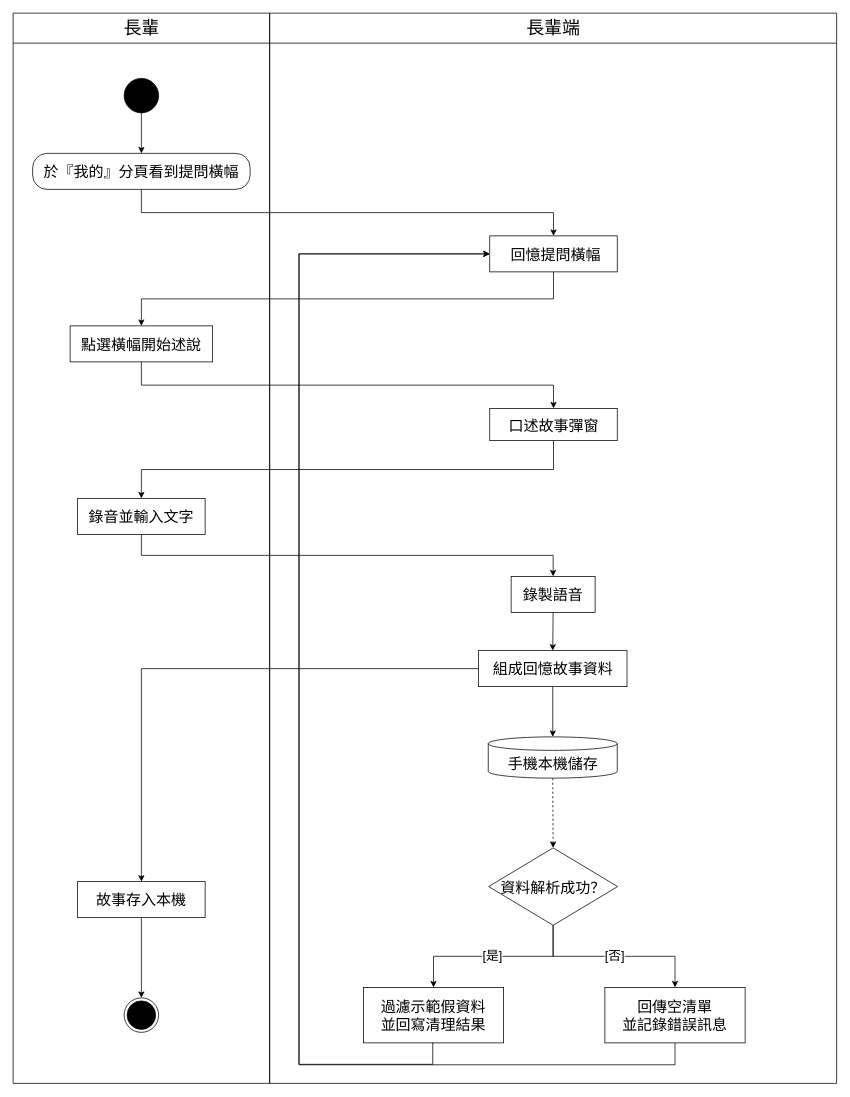
HuangYu-Kai/Uban keeps this draw.io diagram as Uban System Documents/手動調整好的圖/5-12 長輩回憶.drawio. Above is the earlier version. Source tidied: cells renumbered, new cells numbered last; positions are measured from the earlier drawing's top-left corner, leaving out a move shared by most shapes. Both pictures are drawn from the tidied source at 75%, with x=0, y=0 at pixel (13, 13).
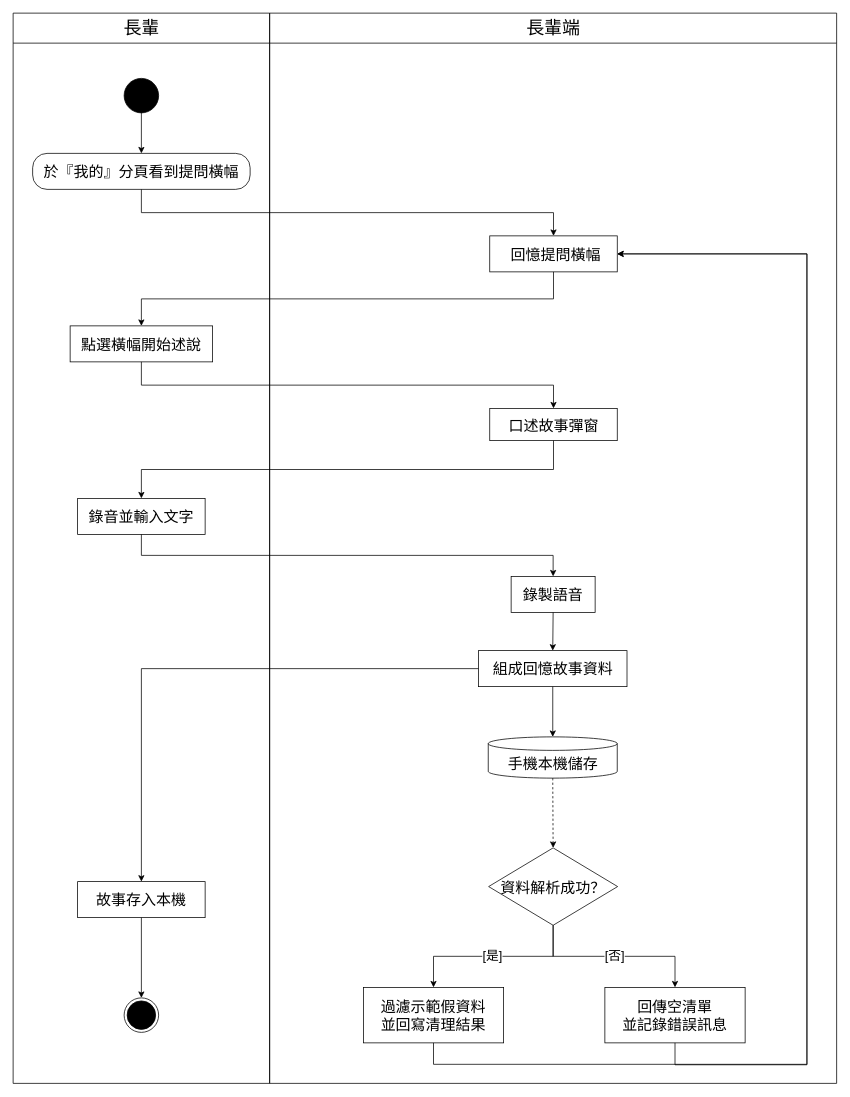
Above is the later version.

The change refers to these unchanged cells:
```xml
<mxCell id="10" value="&amp;nbsp;回憶提問橫幅" style="rounded=0;whiteSpace=wrap;html=1;fillColor=#FFFFFF;strokeColor=#000000;fontSize=20;fontColor=#000000;" parent="9" vertex="1">
  <mxGeometry x="293.5" y="297" width="170" height="48" as="geometry" />
</mxCell>
<mxCell id="14" value="過濾示範假資料&lt;br&gt;並回寫清理結果" style="rounded=0;whiteSpace=wrap;html=1;fillColor=#FFFFFF;strokeColor=#000000;fontSize=20;fontColor=#000000;" parent="9" vertex="1">
  <mxGeometry x="125" y="1299" width="187" height="74" as="geometry" />
</mxCell>
<mxCell id="16" value="回傳空清單&lt;div&gt;並記錄錯誤訊息&lt;/div&gt;" style="rounded=0;whiteSpace=wrap;html=1;fillColor=#FFFFFF;strokeColor=#000000;fontSize=20;fontColor=#000000;" parent="9" vertex="1">
  <mxGeometry x="447" y="1299" width="187" height="74" as="geometry" />
</mxCell>
```

Diff of the diagram source:
```diff
@@
-    <mxCell id="29" style="edgeStyle=orthogonalEdgeStyle;rounded=0;html=1;strokeColor=#000000;fontSize=17;fontColor=#000000;labelBackgroundColor=#FFFFFF;endArrow=classic;endFill=1;exitPerimeter=0;exitX=0.5;exitY=1;exitDx=0;exitDy=0;entryX=0;entryY=0.5;entryDx=0;entryDy=0;" parent="1" edge="1" source="14" target="10">
+    <mxCell id="29" style="edgeStyle=orthogonalEdgeStyle;rounded=0;html=1;strokeColor=#000000;fontSize=17;fontColor=#000000;labelBackgroundColor=#FFFFFF;endArrow=classic;endFill=1;exitPerimeter=0;exitX=0.5;exitY=1;exitDx=0;exitDy=0;entryX=1;entryY=0.5;entryDx=0;entryDy=0;" parent="1" edge="1" source="14" target="10">
       <mxGeometry relative="1" as="geometry">
         <Array as="points">
-          <mxPoint x="559.5" y="1401.6" />
-          <mxPoint x="380.9" y="1401.6" />
-          <mxPoint x="380.9" y="321" />
+          <mxPoint x="560.5" y="1401.6" />
+          <mxPoint x="1058.4" y="1401.6" />
+          <mxPoint x="1058.4" y="321" />
         </Array>
       </mxGeometry>
     </mxCell>
@@
-    <mxCell id="31" style="edgeStyle=orthogonalEdgeStyle;rounded=0;html=1;strokeColor=#000000;fontSize=17;fontColor=#000000;labelBackgroundColor=#FFFFFF;endArrow=classic;endFill=1;exitPerimeter=0;exitX=0.5;exitY=1;exitDx=0;exitDy=0;entryX=0;entryY=0.5;entryDx=0;entryDy=0;" parent="1" edge="1" source="16" target="10">
+    <mxCell id="31" style="edgeStyle=orthogonalEdgeStyle;rounded=0;html=1;strokeColor=#000000;fontSize=17;fontColor=#000000;labelBackgroundColor=#FFFFFF;endArrow=classic;endFill=1;exitPerimeter=0;exitX=0.5;exitY=1;exitDx=0;exitDy=0;entryX=1;entryY=0.5;entryDx=0;entryDy=0;" parent="1" edge="1" source="16" target="10">
       <mxGeometry relative="1" as="geometry">
         <Array as="points">
           <mxPoint x="882.5" y="1402.2" />
-          <mxPoint x="381.4" y="1402.2" />
-          <mxPoint x="381.4" y="321" />
+          <mxPoint x="1058.4" y="1402.2" />
+          <mxPoint x="1058.4" y="321" />
         </Array>
       </mxGeometry>
     </mxCell>
```
